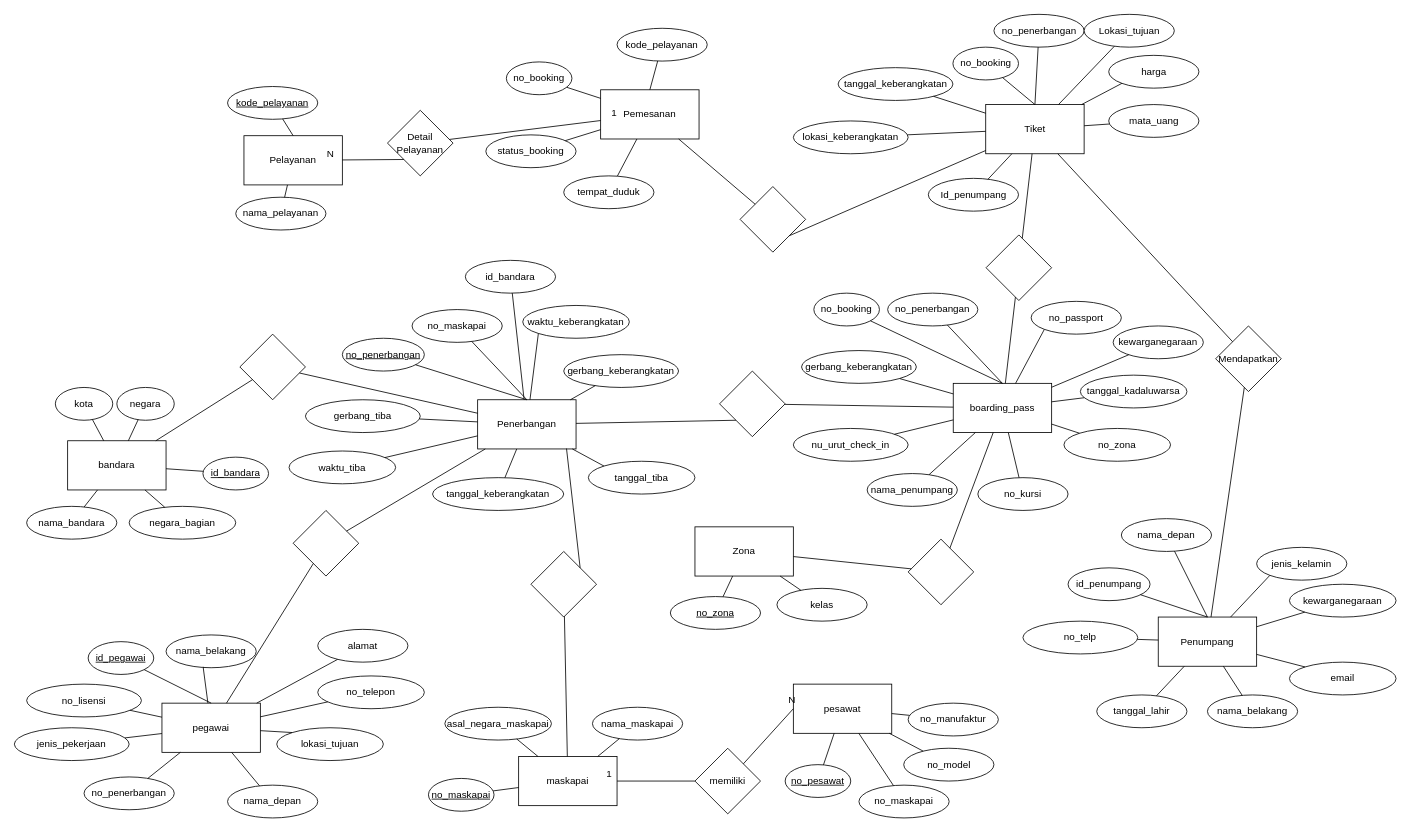
Earlier version of the draw.io diagram page "ER-Diagram" (2 of 2) of ER Diagram/ADD.drawio (Edwin-Jaya/Data-Design-Analytics-Project). Source tidied: cells renumbered, new cells numbered last; positions are measured from the earlier drawing's top-left corner, leaving out a move shared by most shapes. Both pictures are drawn from the tidied source at 82%, with x=0, y=0 at pixel (14, 14).
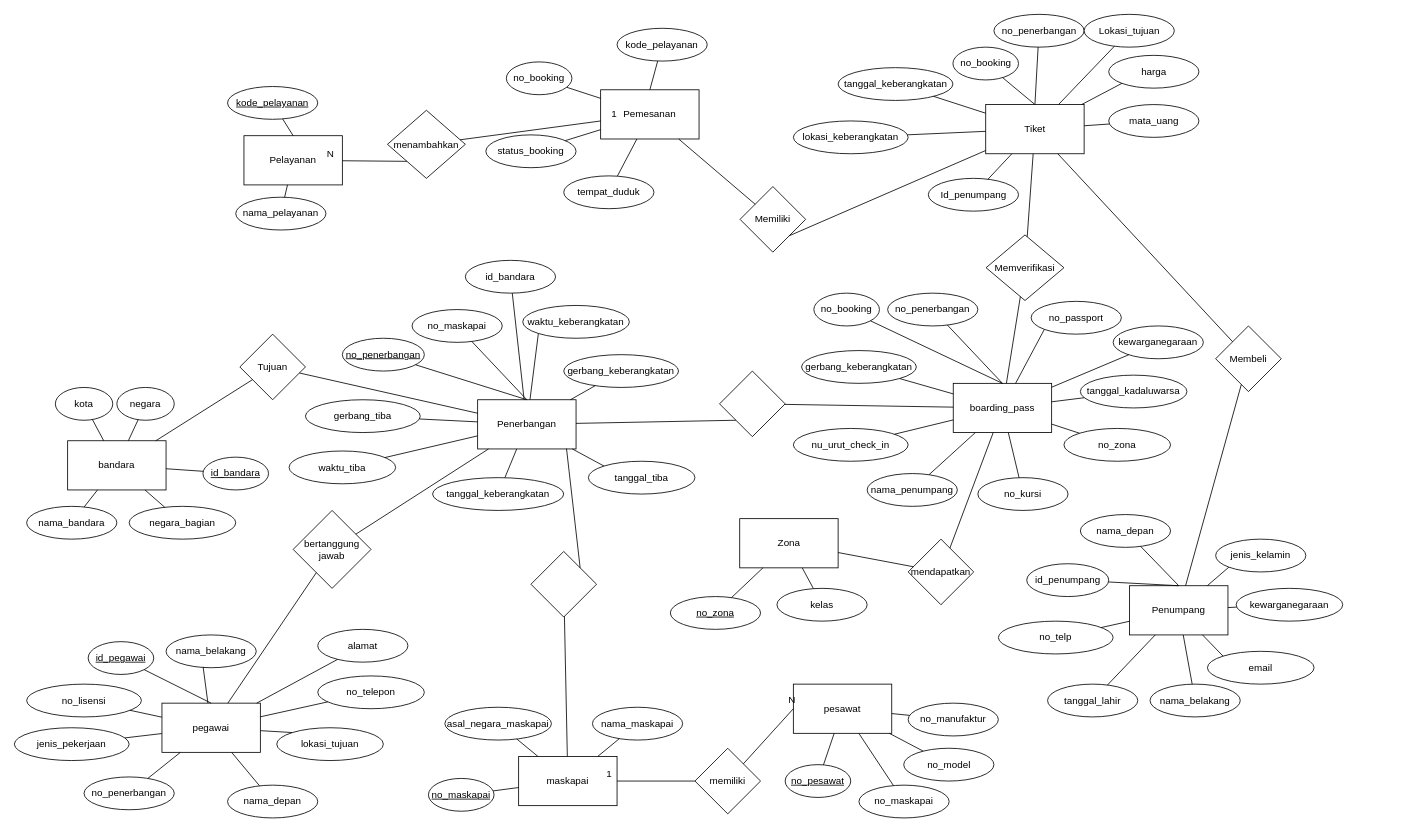
After the change.

Commit message (it also covers changes not shown here):
ER-Diagram (relasi 2)

Diff of the diagram source:
```diff
@@
     <mxCell id="54" value="Penumpang" style="rounded=0;whiteSpace=wrap;html=1;" parent="1" vertex="1">
-      <mxGeometry x="1395" y="735" width="120" height="60" as="geometry" />
+      <mxGeometry x="1360" y="696.8" width="120" height="60" as="geometry" />
     </mxCell>
     <mxCell id="55" value="id_penumpang" style="ellipse;whiteSpace=wrap;html=1;" parent="1" vertex="1">
-      <mxGeometry x="1285" y="675" width="100" height="40" as="geometry" />
+      <mxGeometry x="1234.6" y="670" width="100" height="40" as="geometry" />
     </mxCell>
     <mxCell id="56" value="nama_depan" style="ellipse;whiteSpace=wrap;html=1;" parent="1" vertex="1">
-      <mxGeometry x="1350" y="615" width="110" height="40" as="geometry" />
+      <mxGeometry x="1300" y="610" width="110" height="40" as="geometry" />
     </mxCell>
     <mxCell id="57" value="nama_belakang" style="ellipse;whiteSpace=wrap;html=1;" parent="1" vertex="1">
-      <mxGeometry x="1455" y="830" width="110" height="40" as="geometry" />
+      <mxGeometry x="1385" y="816.8" width="110" height="40" as="geometry" />
     </mxCell>
     <mxCell id="58" value="no_telp" style="ellipse;whiteSpace=wrap;html=1;" parent="1" vertex="1">
-      <mxGeometry x="1230" y="740" width="140" height="40" as="geometry" />
+      <mxGeometry x="1200" y="740" width="140" height="40" as="geometry" />
     </mxCell>
     <mxCell id="59" value="tanggal_lahir" style="ellipse;whiteSpace=wrap;html=1;" parent="1" vertex="1">
-      <mxGeometry x="1320" y="830" width="110" height="40" as="geometry" />
+      <mxGeometry x="1260" y="816.8" width="110" height="40" as="geometry" />
     </mxCell>
     <mxCell id="60" value="jenis_kelamin" style="ellipse;whiteSpace=wrap;html=1;" parent="1" vertex="1">
-      <mxGeometry x="1515" y="650" width="110" height="40" as="geometry" />
+      <mxGeometry x="1465" y="640" width="110" height="40" as="geometry" />
     </mxCell>
@@
     <mxCell id="67" value="kewarganegaraan" style="ellipse;whiteSpace=wrap;html=1;" parent="1" vertex="1">
-      <mxGeometry x="1555" y="695" width="130" height="40" as="geometry" />
+      <mxGeometry x="1490" y="700" width="130" height="40" as="geometry" />
     </mxCell>
     <mxCell id="68" value="email" style="ellipse;whiteSpace=wrap;html=1;" parent="1" vertex="1">
-      <mxGeometry x="1555" y="790" width="130" height="40" as="geometry" />
+      <mxGeometry x="1455" y="776.8" width="130" height="40" as="geometry" />
     </mxCell>
@@
     <mxCell id="136" value="Zona" style="rounded=0;whiteSpace=wrap;html=1;" parent="1" vertex="1">
-      <mxGeometry x="830" y="625" width="120" height="60" as="geometry" />
+      <mxGeometry x="884.6" y="615" width="120" height="60" as="geometry" />
     </mxCell>
@@
-    <mxCell id="141" value="Detail Pelayanan" style="rhombus;whiteSpace=wrap;html=1;" parent="1" vertex="1">
-      <mxGeometry x="455" y="117" width="80" height="80" as="geometry" />
+    <mxCell id="141" value="menambahkan" style="rhombus;whiteSpace=wrap;html=1;" parent="1" vertex="1">
+      <mxGeometry x="455" y="117" width="95" height="83" as="geometry" />
     </mxCell>
@@
-    <mxCell id="146" value="Mendapatkan" style="rhombus;whiteSpace=wrap;html=1;" parent="1" vertex="1">
+    <mxCell id="146" value="Membeli" style="rhombus;whiteSpace=wrap;html=1;" parent="1" vertex="1">
       <mxGeometry x="1465" y="380" width="80" height="80" as="geometry" />
     </mxCell>
@@
-    <mxCell id="154" style="rhombus;whiteSpace=wrap;html=1;" parent="1" vertex="1">
-      <mxGeometry x="1185" y="269" width="80" height="80" as="geometry" />
+    <mxCell id="154" value="Memverifikasi" style="rhombus;whiteSpace=wrap;html=1;" parent="1" vertex="1">
+      <mxGeometry x="1185" y="269" width="95" height="80" as="geometry" />
     </mxCell>
@@
-    <mxCell id="157" style="rhombus;whiteSpace=wrap;html=1;" parent="1" vertex="1">
+    <mxCell id="157" value="Memiliki" style="rhombus;whiteSpace=wrap;html=1;" parent="1" vertex="1">
       <mxGeometry x="885" y="210" width="80" height="80" as="geometry" />
     </mxCell>
@@
-    <mxCell id="160" style="rhombus;whiteSpace=wrap;html=1;" parent="1" vertex="1">
-      <mxGeometry x="340" y="605" width="80" height="80" as="geometry" />
+    <mxCell id="160" value="bertanggung jawab" style="rhombus;whiteSpace=wrap;html=1;" parent="1" vertex="1">
+      <mxGeometry x="340" y="605" width="95" height="95" as="geometry" />
     </mxCell>
@@
-    <mxCell id="166" style="rhombus;whiteSpace=wrap;html=1;" parent="1" vertex="1">
+    <mxCell id="166" value="Tujuan" style="rhombus;whiteSpace=wrap;html=1;" parent="1" vertex="1">
       <mxGeometry x="275" y="390" width="80" height="80" as="geometry" />
     </mxCell>
@@
-    <mxCell id="172" style="rhombus;whiteSpace=wrap;html=1;" parent="1" vertex="1">
+    <mxCell id="172" value="mendapatkan" style="rhombus;whiteSpace=wrap;html=1;" parent="1" vertex="1">
       <mxGeometry x="1090" y="640" width="80" height="80" as="geometry" />
     </mxCell>
```
